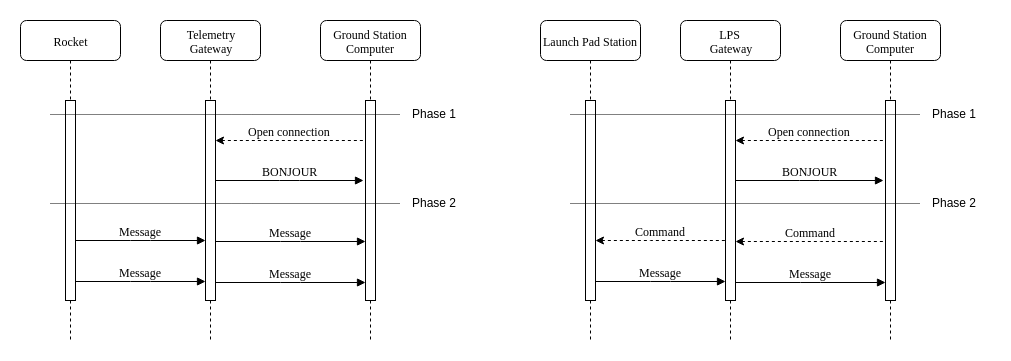
Above: doc/diagrams/gateway.png in aesirkth/ground-control (draw.io), before the change. Source tidied: cells renumbered, new cells last; positions are measured from the earlier drawing's top-left corner, leaving out a move shared by most shapes. Source of this version:
```xml
<mxGraphModel background="#ffffff">
  <root>
    <mxCell id="0" />
    <mxCell id="1" parent="0" />
    <mxCell id="2" value="Telemetry&lt;br&gt;Gateway" style="shape=umlLifeline;perimeter=lifelinePerimeter;whiteSpace=wrap;html=1;rounded=1;shadow=0;comic=0;labelBackgroundColor=none;strokeColor=#000000;strokeWidth=1;fillColor=#FFFFFF;fontFamily=Verdana;fontSize=12;fontColor=#000000;align=center;" parent="1" vertex="1">
      <mxGeometry x="140" width="100" height="320" as="geometry" />
    </mxCell>
    <mxCell id="3" style="html=1;perimeter=orthogonalPerimeter;rounded=0;shadow=0;comic=0;labelBackgroundColor=none;strokeColor=#000000;strokeWidth=1;fillColor=#FFFFFF;fontFamily=Verdana;fontSize=12;fontColor=#000000;align=center;" parent="2" vertex="1">
      <mxGeometry x="45" y="80" width="10" height="200" as="geometry" />
    </mxCell>
    <mxCell id="4" value="Ground Station&lt;br&gt;Computer" style="shape=umlLifeline;perimeter=lifelinePerimeter;whiteSpace=wrap;html=1;rounded=1;shadow=0;comic=0;labelBackgroundColor=none;strokeColor=#000000;strokeWidth=1;fillColor=#FFFFFF;fontFamily=Verdana;fontSize=12;fontColor=#000000;align=center;" parent="1" vertex="1">
      <mxGeometry x="300" width="100" height="320" as="geometry" />
    </mxCell>
    <mxCell id="5" style="html=1;perimeter=orthogonalPerimeter;rounded=0;shadow=0;comic=0;labelBackgroundColor=none;strokeColor=#000000;strokeWidth=1;fillColor=#FFFFFF;fontFamily=Verdana;fontSize=12;fontColor=#000000;align=center;" parent="4" vertex="1">
      <mxGeometry x="45" y="80" width="10" height="200" as="geometry" />
    </mxCell>
    <mxCell id="6" value="Rocket" style="shape=umlLifeline;perimeter=lifelinePerimeter;whiteSpace=wrap;html=1;rounded=1;shadow=0;comic=0;labelBackgroundColor=none;strokeColor=#000000;strokeWidth=1;fillColor=#FFFFFF;fontFamily=Verdana;fontSize=12;fontColor=#000000;align=center;" parent="1" vertex="1">
      <mxGeometry width="100" height="320" as="geometry" />
    </mxCell>
    <mxCell id="7" style="html=1;perimeter=orthogonalPerimeter;rounded=0;shadow=0;comic=0;labelBackgroundColor=none;strokeColor=#000000;strokeWidth=1;fillColor=#FFFFFF;fontFamily=Verdana;fontSize=12;fontColor=#000000;align=center;" parent="6" vertex="1">
      <mxGeometry x="45" y="80" width="10" height="200" as="geometry" />
    </mxCell>
    <mxCell id="8" value="Message" style="html=1;verticalAlign=bottom;endArrow=block;entryX=0;entryY=0;labelBackgroundColor=none;fontFamily=Verdana;fontSize=12;edgeStyle=elbowEdgeStyle;elbow=vertical;" parent="1" edge="1">
      <mxGeometry relative="1" as="geometry">
        <mxPoint x="55" y="220" as="sourcePoint" />
        <mxPoint x="185" y="220" as="targetPoint" />
      </mxGeometry>
    </mxCell>
    <mxCell id="9" value="BONJOUR" style="html=1;verticalAlign=bottom;endArrow=block;entryX=-0.2;entryY=0.16;labelBackgroundColor=none;fontFamily=Verdana;fontSize=12;edgeStyle=elbowEdgeStyle;elbow=vertical;entryDx=0;entryDy=0;entryPerimeter=0;" parent="1" edge="1">
      <mxGeometry relative="1" as="geometry">
        <mxPoint x="195" y="160" as="sourcePoint" />
        <mxPoint x="343" y="160" as="targetPoint" />
      </mxGeometry>
    </mxCell>
    <mxCell id="10" value="Open connection" style="html=1;verticalAlign=bottom;endArrow=none;entryX=-0.2;entryY=0.16;labelBackgroundColor=none;fontFamily=Verdana;fontSize=12;edgeStyle=elbowEdgeStyle;elbow=vertical;entryDx=0;entryDy=0;entryPerimeter=0;startArrow=classic;startFill=1;endFill=0;dashed=1;" parent="1" edge="1">
      <mxGeometry relative="1" as="geometry">
        <mxPoint x="195" y="120" as="sourcePoint" />
        <mxPoint x="343" y="120" as="targetPoint" />
      </mxGeometry>
    </mxCell>
    <mxCell id="11" value="Message" style="html=1;verticalAlign=bottom;endArrow=block;entryX=0;entryY=0.577;labelBackgroundColor=none;fontFamily=Verdana;fontSize=12;edgeStyle=elbowEdgeStyle;elbow=vertical;entryDx=0;entryDy=0;entryPerimeter=0;" parent="1" edge="1">
      <mxGeometry relative="1" as="geometry">
        <mxPoint x="195" y="221" as="sourcePoint" />
        <mxPoint x="345" y="221" as="targetPoint" />
      </mxGeometry>
    </mxCell>
    <mxCell id="12" value="Message" style="html=1;verticalAlign=bottom;endArrow=block;entryX=0;entryY=0;labelBackgroundColor=none;fontFamily=Verdana;fontSize=12;edgeStyle=elbowEdgeStyle;elbow=vertical;" parent="1" edge="1">
      <mxGeometry relative="1" as="geometry">
        <mxPoint x="55" y="261" as="sourcePoint" />
        <mxPoint x="185" y="261" as="targetPoint" />
      </mxGeometry>
    </mxCell>
    <mxCell id="13" value="Message" style="html=1;verticalAlign=bottom;endArrow=block;entryX=0;entryY=0.577;labelBackgroundColor=none;fontFamily=Verdana;fontSize=12;edgeStyle=elbowEdgeStyle;elbow=vertical;entryDx=0;entryDy=0;entryPerimeter=0;" parent="1" edge="1">
      <mxGeometry relative="1" as="geometry">
        <mxPoint x="195" y="262" as="sourcePoint" />
        <mxPoint x="345" y="262" as="targetPoint" />
      </mxGeometry>
    </mxCell>
    <mxCell id="14" style="line;strokeWidth=1;fillColor=none;align=left;verticalAlign=middle;spacingTop=-1;spacingLeft=3;spacingRight=3;labelPosition=right;dashed=1;dashPattern=1 1;" parent="1" vertex="1">
      <mxGeometry x="30" y="90" width="350" height="8" as="geometry" />
    </mxCell>
    <mxCell id="15" style="line;strokeWidth=1;fillColor=none;align=left;verticalAlign=middle;spacingTop=-1;spacingLeft=3;spacingRight=3;labelPosition=right;dashed=1;dashPattern=1 1;" parent="1" vertex="1">
      <mxGeometry x="30" y="179" width="350" height="8" as="geometry" />
    </mxCell>
    <mxCell id="16" value="Phase 1" style="text;html=1;align=left;verticalAlign=top;spacingTop=-4;" parent="1" vertex="1">
      <mxGeometry x="390" y="84" width="60" height="20" as="geometry" />
    </mxCell>
    <mxCell id="17" value="Phase 2" style="text;html=1;align=left;verticalAlign=top;spacingTop=-4;" parent="1" vertex="1">
      <mxGeometry x="390" y="173" width="60" height="20" as="geometry" />
    </mxCell>
    <mxCell id="18" value="&lt;div&gt;LPS &lt;br&gt;&lt;/div&gt;&lt;div&gt;Gateway&lt;/div&gt;" style="shape=umlLifeline;perimeter=lifelinePerimeter;whiteSpace=wrap;html=1;rounded=1;shadow=0;comic=0;labelBackgroundColor=none;strokeColor=#000000;strokeWidth=1;fillColor=#FFFFFF;fontFamily=Verdana;fontSize=12;fontColor=#000000;align=center;" parent="1" vertex="1">
      <mxGeometry x="660" width="100" height="320" as="geometry" />
    </mxCell>
    <mxCell id="19" style="html=1;perimeter=orthogonalPerimeter;rounded=0;shadow=0;comic=0;labelBackgroundColor=none;strokeColor=#000000;strokeWidth=1;fillColor=#FFFFFF;fontFamily=Verdana;fontSize=12;fontColor=#000000;align=center;" parent="18" vertex="1">
      <mxGeometry x="45" y="80" width="10" height="200" as="geometry" />
    </mxCell>
    <mxCell id="20" value="Ground Station&lt;br&gt;Computer" style="shape=umlLifeline;perimeter=lifelinePerimeter;whiteSpace=wrap;html=1;rounded=1;shadow=0;comic=0;labelBackgroundColor=none;strokeColor=#000000;strokeWidth=1;fillColor=#FFFFFF;fontFamily=Verdana;fontSize=12;fontColor=#000000;align=center;" parent="1" vertex="1">
      <mxGeometry x="820" width="100" height="320" as="geometry" />
    </mxCell>
    <mxCell id="21" style="html=1;perimeter=orthogonalPerimeter;rounded=0;shadow=0;comic=0;labelBackgroundColor=none;strokeColor=#000000;strokeWidth=1;fillColor=#FFFFFF;fontFamily=Verdana;fontSize=12;fontColor=#000000;align=center;" parent="20" vertex="1">
      <mxGeometry x="45" y="80" width="10" height="200" as="geometry" />
    </mxCell>
    <mxCell id="22" value="Launch Pad Station" style="shape=umlLifeline;perimeter=lifelinePerimeter;whiteSpace=wrap;html=1;rounded=1;shadow=0;comic=0;labelBackgroundColor=none;strokeColor=#000000;strokeWidth=1;fillColor=#FFFFFF;fontFamily=Verdana;fontSize=12;fontColor=#000000;align=center;" parent="1" vertex="1">
      <mxGeometry x="520" width="100" height="320" as="geometry" />
    </mxCell>
    <mxCell id="23" style="html=1;perimeter=orthogonalPerimeter;rounded=0;shadow=0;comic=0;labelBackgroundColor=none;strokeColor=#000000;strokeWidth=1;fillColor=#FFFFFF;fontFamily=Verdana;fontSize=12;fontColor=#000000;align=center;" parent="22" vertex="1">
      <mxGeometry x="45" y="80" width="10" height="200" as="geometry" />
    </mxCell>
    <mxCell id="24" value="Command" style="html=1;verticalAlign=bottom;endArrow=none;entryX=0;entryY=0;labelBackgroundColor=none;fontFamily=Verdana;fontSize=12;edgeStyle=elbowEdgeStyle;elbow=vertical;startArrow=classic;startFill=1;endFill=0;dashed=1;" parent="1" edge="1">
      <mxGeometry relative="1" as="geometry">
        <mxPoint x="575" y="220" as="sourcePoint" />
        <mxPoint x="705" y="220" as="targetPoint" />
      </mxGeometry>
    </mxCell>
    <mxCell id="25" value="BONJOUR" style="html=1;verticalAlign=bottom;endArrow=block;entryX=-0.2;entryY=0.16;labelBackgroundColor=none;fontFamily=Verdana;fontSize=12;edgeStyle=elbowEdgeStyle;elbow=vertical;entryDx=0;entryDy=0;entryPerimeter=0;" parent="1" edge="1">
      <mxGeometry relative="1" as="geometry">
        <mxPoint x="715" y="160" as="sourcePoint" />
        <mxPoint x="863" y="160" as="targetPoint" />
      </mxGeometry>
    </mxCell>
    <mxCell id="26" value="Open connection" style="html=1;verticalAlign=bottom;endArrow=none;entryX=-0.2;entryY=0.16;labelBackgroundColor=none;fontFamily=Verdana;fontSize=12;edgeStyle=elbowEdgeStyle;elbow=vertical;entryDx=0;entryDy=0;entryPerimeter=0;startArrow=classic;startFill=1;endFill=0;dashed=1;" parent="1" edge="1">
      <mxGeometry relative="1" as="geometry">
        <mxPoint x="715" y="120" as="sourcePoint" />
        <mxPoint x="863" y="120" as="targetPoint" />
      </mxGeometry>
    </mxCell>
    <mxCell id="27" value="Command" style="html=1;verticalAlign=bottom;endArrow=none;entryX=0;entryY=0.577;labelBackgroundColor=none;fontFamily=Verdana;fontSize=12;edgeStyle=elbowEdgeStyle;elbow=vertical;entryDx=0;entryDy=0;entryPerimeter=0;startArrow=classic;startFill=1;endFill=0;dashed=1;" parent="1" edge="1">
      <mxGeometry relative="1" as="geometry">
        <mxPoint x="715" y="221" as="sourcePoint" />
        <mxPoint x="865" y="221" as="targetPoint" />
      </mxGeometry>
    </mxCell>
    <mxCell id="28" value="Message" style="html=1;verticalAlign=bottom;endArrow=block;entryX=0;entryY=0;labelBackgroundColor=none;fontFamily=Verdana;fontSize=12;edgeStyle=elbowEdgeStyle;elbow=vertical;" parent="1" edge="1">
      <mxGeometry relative="1" as="geometry">
        <mxPoint x="575" y="261" as="sourcePoint" />
        <mxPoint x="705" y="261" as="targetPoint" />
      </mxGeometry>
    </mxCell>
    <mxCell id="29" value="Message" style="html=1;verticalAlign=bottom;endArrow=block;entryX=0;entryY=0.577;labelBackgroundColor=none;fontFamily=Verdana;fontSize=12;edgeStyle=elbowEdgeStyle;elbow=vertical;entryDx=0;entryDy=0;entryPerimeter=0;" parent="1" edge="1">
      <mxGeometry relative="1" as="geometry">
        <mxPoint x="715" y="262" as="sourcePoint" />
        <mxPoint x="865" y="262" as="targetPoint" />
      </mxGeometry>
    </mxCell>
    <mxCell id="30" style="line;strokeWidth=1;fillColor=none;align=left;verticalAlign=middle;spacingTop=-1;spacingLeft=3;spacingRight=3;labelPosition=right;dashed=1;dashPattern=1 1;" parent="1" vertex="1">
      <mxGeometry x="550" y="90" width="350" height="8" as="geometry" />
    </mxCell>
    <mxCell id="31" style="line;strokeWidth=1;fillColor=none;align=left;verticalAlign=middle;spacingTop=-1;spacingLeft=3;spacingRight=3;labelPosition=right;dashed=1;dashPattern=1 1;" parent="1" vertex="1">
      <mxGeometry x="550" y="179" width="350" height="8" as="geometry" />
    </mxCell>
    <mxCell id="32" value="Phase 1" style="text;html=1;align=left;verticalAlign=top;spacingTop=-4;" parent="1" vertex="1">
      <mxGeometry x="910" y="84" width="60" height="20" as="geometry" />
    </mxCell>
    <mxCell id="33" value="Phase 2" style="text;html=1;align=left;verticalAlign=top;spacingTop=-4;" parent="1" vertex="1">
      <mxGeometry x="910" y="173" width="60" height="20" as="geometry" />
    </mxCell>
  </root>
</mxGraphModel>
```
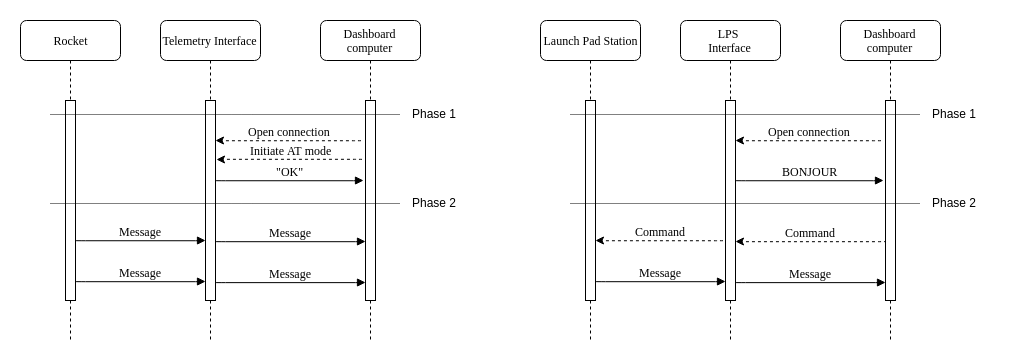
Later version of the same file.

Commit message:
doc: update gateway links

Diff of the diagram source:
```diff
@@ -2,13 +2,13 @@
   <root>
     <mxCell id="0" />
     <mxCell id="1" parent="0" />
-    <mxCell id="2" value="Telemetry&lt;br&gt;Gateway" style="shape=umlLifeline;perimeter=lifelinePerimeter;whiteSpace=wrap;html=1;rounded=1;shadow=0;comic=0;labelBackgroundColor=none;strokeColor=#000000;strokeWidth=1;fillColor=#FFFFFF;fontFamily=Verdana;fontSize=12;fontColor=#000000;align=center;" parent="1" vertex="1">
+    <mxCell id="2" value="Telemetry Interface" style="shape=umlLifeline;perimeter=lifelinePerimeter;whiteSpace=wrap;html=1;rounded=1;shadow=0;comic=0;labelBackgroundColor=none;strokeColor=#000000;strokeWidth=1;fillColor=#FFFFFF;fontFamily=Verdana;fontSize=12;fontColor=#000000;align=center;" parent="1" vertex="1">
       <mxGeometry x="140" width="100" height="320" as="geometry" />
     </mxCell>
     <mxCell id="3" style="html=1;perimeter=orthogonalPerimeter;rounded=0;shadow=0;comic=0;labelBackgroundColor=none;strokeColor=#000000;strokeWidth=1;fillColor=#FFFFFF;fontFamily=Verdana;fontSize=12;fontColor=#000000;align=center;" parent="2" vertex="1">
       <mxGeometry x="45" y="80" width="10" height="200" as="geometry" />
     </mxCell>
-    <mxCell id="4" value="Ground Station&lt;br&gt;Computer" style="shape=umlLifeline;perimeter=lifelinePerimeter;whiteSpace=wrap;html=1;rounded=1;shadow=0;comic=0;labelBackgroundColor=none;strokeColor=#000000;strokeWidth=1;fillColor=#FFFFFF;fontFamily=Verdana;fontSize=12;fontColor=#000000;align=center;" parent="1" vertex="1">
+    <mxCell id="4" value="Dashboard computer" style="shape=umlLifeline;perimeter=lifelinePerimeter;whiteSpace=wrap;html=1;rounded=1;shadow=0;comic=0;labelBackgroundColor=none;strokeColor=#000000;strokeWidth=1;fillColor=#FFFFFF;fontFamily=Verdana;fontSize=12;fontColor=#000000;align=center;" parent="1" vertex="1">
       <mxGeometry x="300" width="100" height="320" as="geometry" />
     </mxCell>
     <mxCell id="5" style="html=1;perimeter=orthogonalPerimeter;rounded=0;shadow=0;comic=0;labelBackgroundColor=none;strokeColor=#000000;strokeWidth=1;fillColor=#FFFFFF;fontFamily=Verdana;fontSize=12;fontColor=#000000;align=center;" parent="4" vertex="1">
@@ -26,7 +26,7 @@
         <mxPoint x="185" y="220" as="targetPoint" />
       </mxGeometry>
     </mxCell>
-    <mxCell id="9" value="BONJOUR" style="html=1;verticalAlign=bottom;endArrow=block;entryX=-0.2;entryY=0.16;labelBackgroundColor=none;fontFamily=Verdana;fontSize=12;edgeStyle=elbowEdgeStyle;elbow=vertical;entryDx=0;entryDy=0;entryPerimeter=0;" parent="1" edge="1">
+    <mxCell id="9" value="&quot;OK&quot;" style="html=1;verticalAlign=bottom;endArrow=block;entryX=-0.2;entryY=0.16;labelBackgroundColor=none;fontFamily=Verdana;fontSize=12;edgeStyle=elbowEdgeStyle;elbow=vertical;entryDx=0;entryDy=0;entryPerimeter=0;" parent="1" edge="1">
       <mxGeometry relative="1" as="geometry">
         <mxPoint x="195" y="160" as="sourcePoint" />
         <mxPoint x="343" y="160" as="targetPoint" />
@@ -68,13 +68,13 @@
     <mxCell id="17" value="Phase 2" style="text;html=1;align=left;verticalAlign=top;spacingTop=-4;" parent="1" vertex="1">
       <mxGeometry x="390" y="173" width="60" height="20" as="geometry" />
     </mxCell>
-    <mxCell id="18" value="&lt;div&gt;LPS &lt;br&gt;&lt;/div&gt;&lt;div&gt;Gateway&lt;/div&gt;" style="shape=umlLifeline;perimeter=lifelinePerimeter;whiteSpace=wrap;html=1;rounded=1;shadow=0;comic=0;labelBackgroundColor=none;strokeColor=#000000;strokeWidth=1;fillColor=#FFFFFF;fontFamily=Verdana;fontSize=12;fontColor=#000000;align=center;" parent="1" vertex="1">
+    <mxCell id="18" value="&lt;div&gt;LPS &lt;br&gt;&lt;/div&gt;&lt;div&gt;Interface&lt;/div&gt;" style="shape=umlLifeline;perimeter=lifelinePerimeter;whiteSpace=wrap;html=1;rounded=1;shadow=0;comic=0;labelBackgroundColor=none;strokeColor=#000000;strokeWidth=1;fillColor=#FFFFFF;fontFamily=Verdana;fontSize=12;fontColor=#000000;align=center;" parent="1" vertex="1">
       <mxGeometry x="660" width="100" height="320" as="geometry" />
     </mxCell>
     <mxCell id="19" style="html=1;perimeter=orthogonalPerimeter;rounded=0;shadow=0;comic=0;labelBackgroundColor=none;strokeColor=#000000;strokeWidth=1;fillColor=#FFFFFF;fontFamily=Verdana;fontSize=12;fontColor=#000000;align=center;" parent="18" vertex="1">
       <mxGeometry x="45" y="80" width="10" height="200" as="geometry" />
     </mxCell>
-    <mxCell id="20" value="Ground Station&lt;br&gt;Computer" style="shape=umlLifeline;perimeter=lifelinePerimeter;whiteSpace=wrap;html=1;rounded=1;shadow=0;comic=0;labelBackgroundColor=none;strokeColor=#000000;strokeWidth=1;fillColor=#FFFFFF;fontFamily=Verdana;fontSize=12;fontColor=#000000;align=center;" parent="1" vertex="1">
+    <mxCell id="20" value="Dashboard computer" style="shape=umlLifeline;perimeter=lifelinePerimeter;whiteSpace=wrap;html=1;rounded=1;shadow=0;comic=0;labelBackgroundColor=none;strokeColor=#000000;strokeWidth=1;fillColor=#FFFFFF;fontFamily=Verdana;fontSize=12;fontColor=#000000;align=center;" parent="1" vertex="1">
       <mxGeometry x="820" width="100" height="320" as="geometry" />
     </mxCell>
     <mxCell id="21" style="html=1;perimeter=orthogonalPerimeter;rounded=0;shadow=0;comic=0;labelBackgroundColor=none;strokeColor=#000000;strokeWidth=1;fillColor=#FFFFFF;fontFamily=Verdana;fontSize=12;fontColor=#000000;align=center;" parent="20" vertex="1">
@@ -134,5 +134,11 @@
     <mxCell id="33" value="Phase 2" style="text;html=1;align=left;verticalAlign=top;spacingTop=-4;" parent="1" vertex="1">
       <mxGeometry x="910" y="173" width="60" height="20" as="geometry" />
     </mxCell>
+    <mxCell id="34" value="Initiate AT mode" style="html=1;verticalAlign=bottom;endArrow=none;entryX=-0.2;entryY=0.16;labelBackgroundColor=none;fontFamily=Verdana;fontSize=12;edgeStyle=elbowEdgeStyle;elbow=vertical;entryDx=0;entryDy=0;entryPerimeter=0;startArrow=classic;startFill=1;endFill=0;dashed=1;" parent="1" edge="1">
+      <mxGeometry relative="1" as="geometry">
+        <mxPoint x="196" y="139" as="sourcePoint" />
+        <mxPoint x="344" y="139" as="targetPoint" />
+      </mxGeometry>
+    </mxCell>
   </root>
 </mxGraphModel>
```
